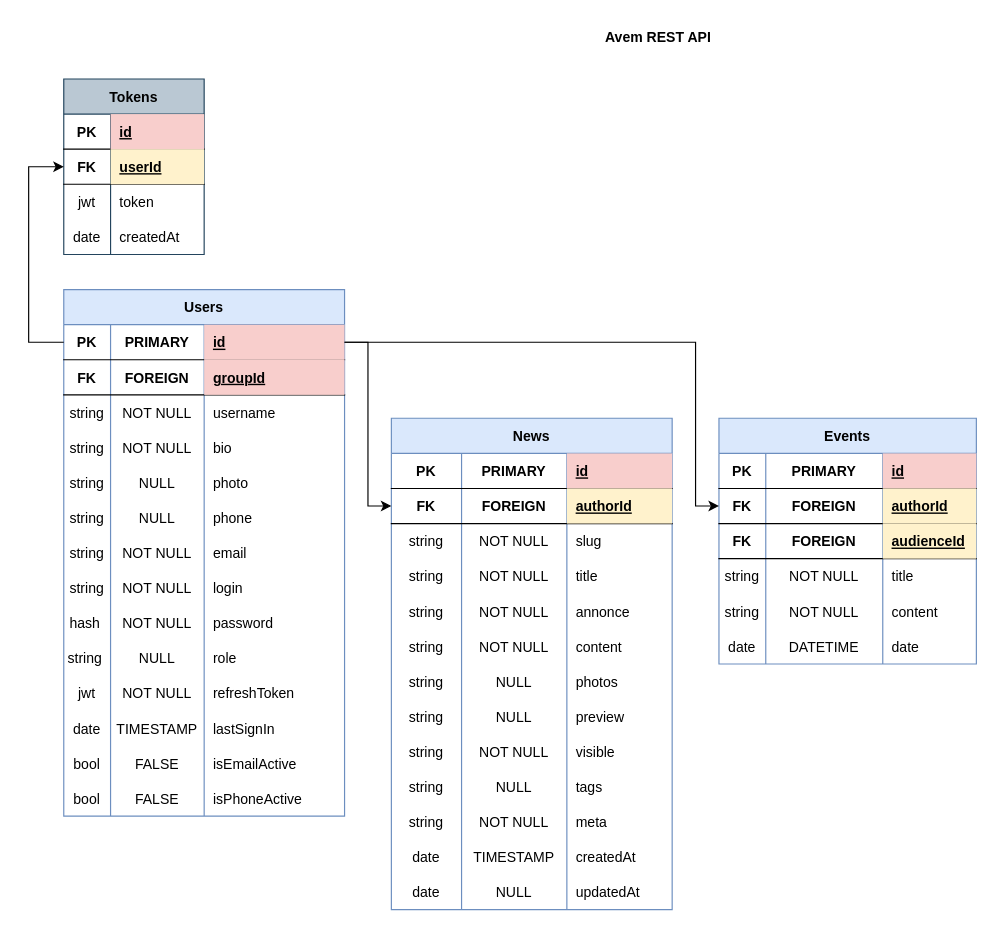
Earlier version of the draw.io diagram Untitled Diagram.drawio (BawNer/avem-server). Source tidied: cells renumbered, new cells numbered last; positions are measured from the earlier drawing's top-left corner, leaving out a move shared by most shapes. Both pictures are drawn from the tidied source at 117%, with x=0, y=0 at pixel (28, 20).
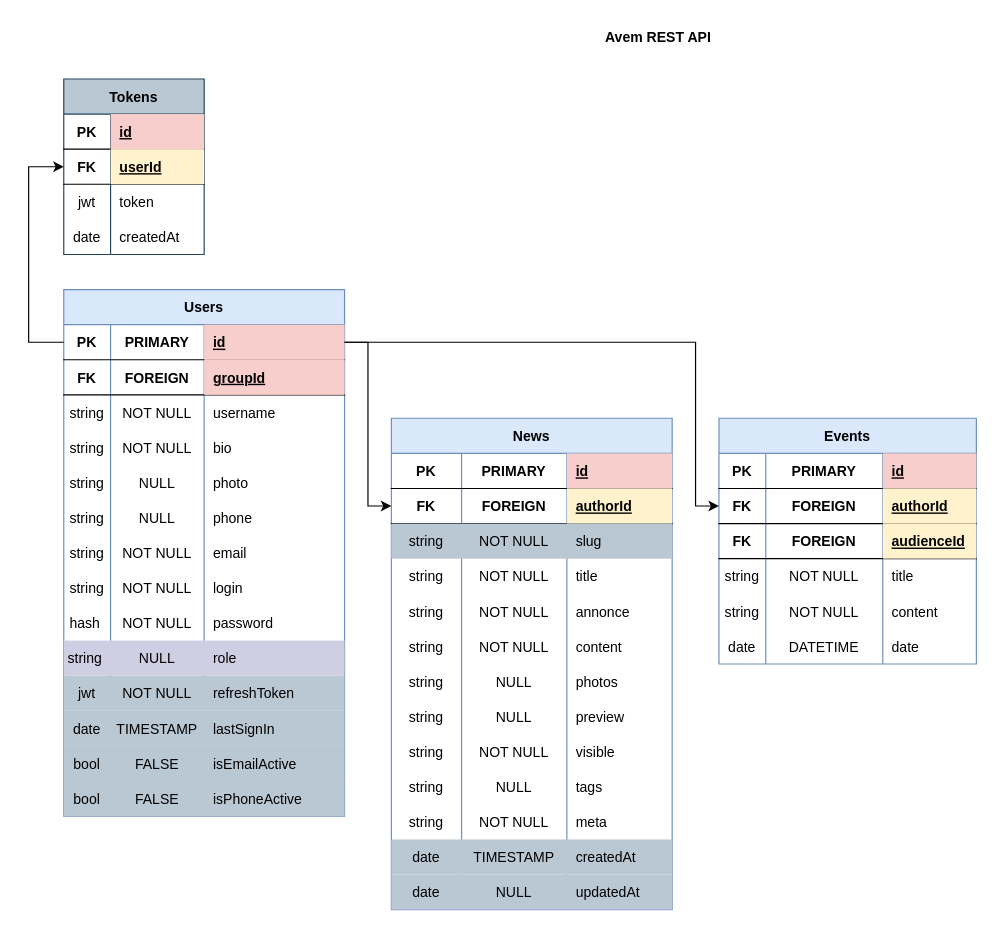
The same page after the edit.

Unchanged cells that the change refers to:
```xml
<mxCell id="2" value="Users" style="shape=table;startSize=30;childLayout=tableLayout;rowLines=0;fontStyle=1;align=center;verticalAlign=middle;fillColor=#dae8fc;strokeColor=#6c8ebf;" parent="1" vertex="1">
  <mxGeometry x="30" y="230" width="240" height="450" as="geometry" />
</mxCell>
<mxCell id="74" value="News" style="shape=table;startSize=30;childLayout=tableLayout;rowLines=0;fontStyle=1;align=center;sketch=0;fillColor=#dae8fc;strokeColor=#6c8ebf;" parent="1" vertex="1">
  <mxGeometry x="310" y="340" width="240" height="420" as="geometry" />
</mxCell>
```

The edit, as a diff of the source:
```diff
@@
-    <mxCell id="39" style="shape=tableRow;horizontal=0;startSize=0;swimlaneHead=0;swimlaneBody=0;fillColor=none;top=0;left=0;right=0;bottom=0;" parent="2" vertex="1">
+    <mxCell id="39" style="shape=tableRow;horizontal=0;startSize=0;swimlaneHead=0;swimlaneBody=0;fillColor=#d0cee2;top=0;left=0;right=0;bottom=0;strokeColor=#56517e;" parent="2" vertex="1">
       <mxGeometry y="300" width="240" height="30" as="geometry" />
     </mxCell>
@@
-    <mxCell id="43" style="shape=tableRow;horizontal=0;startSize=0;swimlaneHead=0;swimlaneBody=0;fillColor=none;top=0;left=0;right=0;bottom=0;" parent="2" vertex="1">
+    <mxCell id="43" style="shape=tableRow;horizontal=0;startSize=0;swimlaneHead=0;swimlaneBody=0;fillColor=#bac8d3;top=0;left=0;right=0;bottom=0;strokeColor=#23445d;" parent="2" vertex="1">
       <mxGeometry y="330" width="240" height="30" as="geometry" />
     </mxCell>
@@
-    <mxCell id="47" style="shape=tableRow;horizontal=0;startSize=0;swimlaneHead=0;swimlaneBody=0;fillColor=none;top=0;left=0;right=0;bottom=0;" parent="2" vertex="1">
+    <mxCell id="47" style="shape=tableRow;horizontal=0;startSize=0;swimlaneHead=0;swimlaneBody=0;fillColor=#bac8d3;top=0;left=0;right=0;bottom=0;strokeColor=#23445d;" parent="2" vertex="1">
       <mxGeometry y="360" width="240" height="30" as="geometry" />
     </mxCell>
@@
-    <mxCell id="51" style="shape=tableRow;horizontal=0;startSize=0;swimlaneHead=0;swimlaneBody=0;fillColor=none;top=0;left=0;right=0;bottom=0;" parent="2" vertex="1">
+    <mxCell id="51" style="shape=tableRow;horizontal=0;startSize=0;swimlaneHead=0;swimlaneBody=0;fillColor=#bac8d3;top=0;left=0;right=0;bottom=0;strokeColor=#23445d;" parent="2" vertex="1">
       <mxGeometry y="390" width="240" height="30" as="geometry" />
     </mxCell>
@@
-    <mxCell id="55" style="shape=tableRow;horizontal=0;startSize=0;swimlaneHead=0;swimlaneBody=0;fillColor=none;top=0;left=0;right=0;bottom=0;" parent="2" vertex="1">
+    <mxCell id="55" style="shape=tableRow;horizontal=0;startSize=0;swimlaneHead=0;swimlaneBody=0;fillColor=#bac8d3;top=0;left=0;right=0;bottom=0;strokeColor=#23445d;" parent="2" vertex="1">
       <mxGeometry y="420" width="240" height="30" as="geometry" />
     </mxCell>
@@
-    <mxCell id="83" style="shape=tableRow;horizontal=0;startSize=0;swimlaneHead=0;swimlaneBody=0;fillColor=none;top=0;left=0;right=0;bottom=0;sketch=0;" parent="74" vertex="1">
+    <mxCell id="83" style="shape=tableRow;horizontal=0;startSize=0;swimlaneHead=0;swimlaneBody=0;fillColor=#bac8d3;top=0;left=0;right=0;bottom=0;sketch=0;strokeColor=#23445d;" parent="74" vertex="1">
       <mxGeometry y="90" width="240" height="30" as="geometry" />
     </mxCell>
@@
-    <mxCell id="119" style="shape=tableRow;horizontal=0;startSize=0;swimlaneHead=0;swimlaneBody=0;fillColor=none;top=0;left=0;right=0;bottom=0;sketch=0;" parent="74" vertex="1">
+    <mxCell id="119" style="shape=tableRow;horizontal=0;startSize=0;swimlaneHead=0;swimlaneBody=0;fillColor=#bac8d3;top=0;left=0;right=0;bottom=0;sketch=0;strokeColor=#23445d;" parent="74" vertex="1">
       <mxGeometry y="360" width="240" height="30" as="geometry" />
     </mxCell>
@@
-    <mxCell id="123" style="shape=tableRow;horizontal=0;startSize=0;swimlaneHead=0;swimlaneBody=0;fillColor=none;top=0;left=0;right=0;bottom=0;sketch=0;" parent="74" vertex="1">
+    <mxCell id="123" style="shape=tableRow;horizontal=0;startSize=0;swimlaneHead=0;swimlaneBody=0;fillColor=#bac8d3;top=0;left=0;right=0;bottom=0;sketch=0;strokeColor=#23445d;" parent="74" vertex="1">
       <mxGeometry y="390" width="240" height="30" as="geometry" />
     </mxCell>
```
